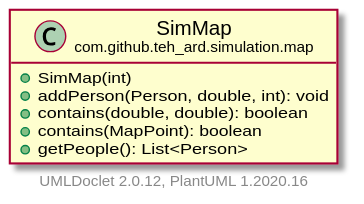
This is apidocs/com/github/teh_ard/simulation/map/SimMap.svg from teh-ARD/virsus_sim, a PlantUML export, as it was before one commit.
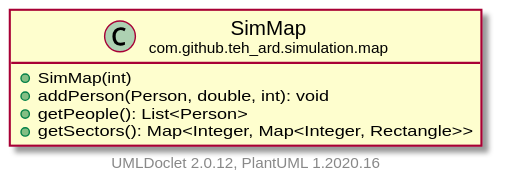
The same file after the commit.

What changed in the source:
```diff
@@ -6,9 +6,8 @@
     class "<size:14>SimMap\n<size:10>com.github.teh_ard.simulation.map" as com.github.teh_ard.simulation.map.SimMap [[SimMap.html]] {
         +SimMap(int)
         +addPerson(Person, double, int): void
-        +contains(double, double): boolean
-        +contains(MapPoint): boolean
         +getPeople(): List<Person>
+        +getSectors(): Map<Integer, Map<Integer, Rectangle>>
     }
 
     center footer UMLDoclet 2.0.12, PlantUML 1.2020.16
```
